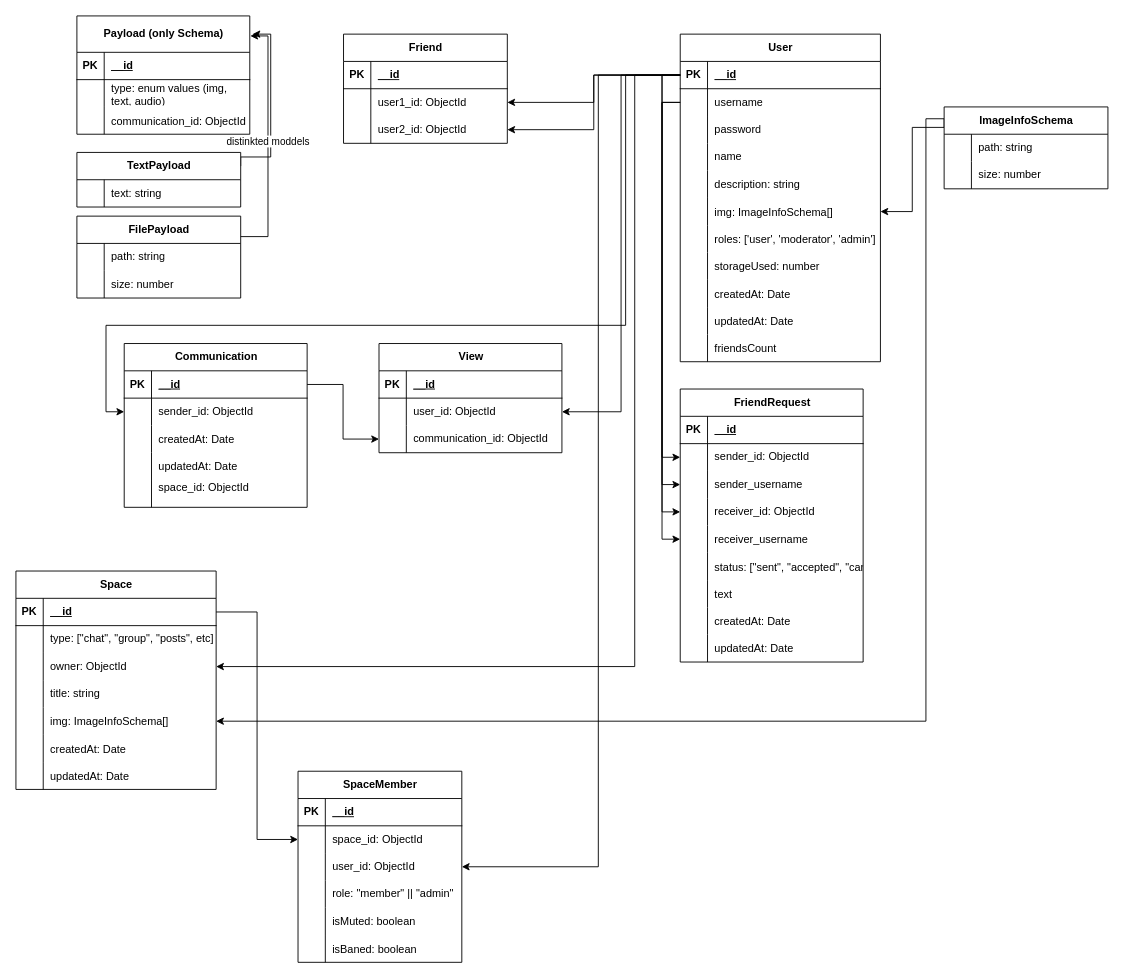
Earlier version of the draw.io diagram htlgram.drawio (so-s1m4/HTLGram). Source tidied: cells renumbered, new cells numbered last; positions are measured from the earlier drawing's top-left corner, leaving out a move shared by most shapes. Both pictures are drawn from the tidied source at 91%, with x=0, y=0 at pixel (15, 15).
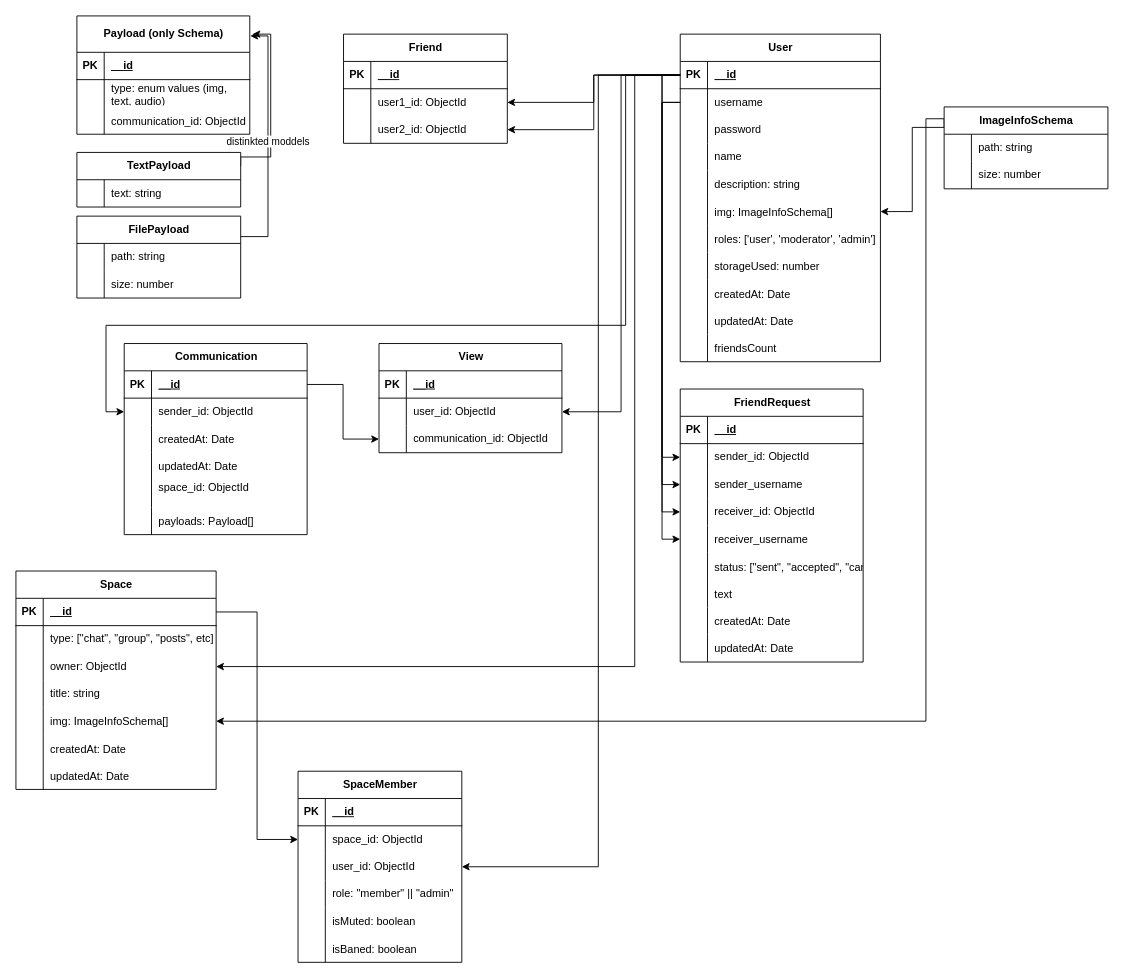
The same diagram, later.

Diff of the diagram source:
```diff
@@
     <mxCell id="87" value="Communication" style="shape=table;startSize=30;childLayout=tableLayout;rowLines=0;fontStyle=1;align=center;html=1;" parent="1" vertex="1">
-      <mxGeometry x="119" y="360" width="201" height="180" as="geometry" />
+      <mxGeometry x="119" y="360" width="201" height="210" as="geometry" />
     </mxCell>
@@
+    <mxCell id="185" style="shape=tableRow;horizontal=0;startSize=0;swimlaneHead=0;swimlaneBody=0;fillColor=none;top=0;left=0;right=0;bottom=0;" parent="87" vertex="1">
+      <mxGeometry y="180" width="201" height="30" as="geometry" />
+    </mxCell>
+    <mxCell id="186" style="shape=partialRectangle;fillColor=none;top=0;left=0;bottom=0;right=0;overflow=hidden;" parent="185" vertex="1">
+      <mxGeometry width="30" height="30" as="geometry" />
+    </mxCell>
+    <mxCell id="187" value="payloads: Payload[]" style="shape=partialRectangle;fillColor=none;top=0;left=0;bottom=0;right=0;align=left;spacingLeft=6;overflow=hidden;" parent="185" vertex="1">
+      <mxGeometry x="30" width="171" height="30" as="geometry" />
+    </mxCell>
```
